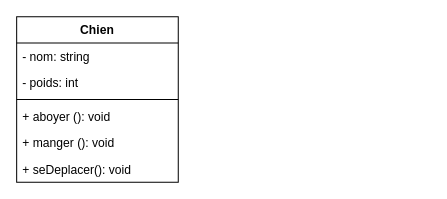
This is NotesCours/ClassesAbstraites/schema.drawio from choquitofrito/Int3-WAD-POO, a draw.io file, before an edit. Source tidied: cells renumbered, new cells numbered last; positions are measured from the earlier drawing's top-left corner, leaving out a move shared by most shapes. Both pictures are drawn from the tidied source at 101%, with x=0, y=0 at pixel (16, 16).
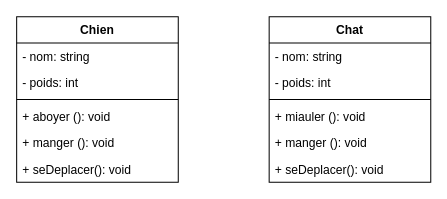
The same diagram, later.

The edit, as a diff of the source:
```diff
@@
 <mxGraphModel>
   <root>
     <mxCell id="0" />
     <mxCell id="1" parent="0" />
     <mxCell id="2" value="Chien" style="swimlane;fontStyle=1;align=center;verticalAlign=top;horizontal=1;startSize=26;" parent="1" vertex="1">
       <mxGeometry width="160" height="164" as="geometry" />
     </mxCell>
     <mxCell id="3" value="- nom: string " style="text;strokeColor=none;fillColor=none;align=left;verticalAlign=top;spacingLeft=4;spacingRight=4;overflow=hidden;" parent="2" vertex="1">
       <mxGeometry y="26" width="160" height="26" as="geometry" />
     </mxCell>
     <mxCell id="4" value="- poids: int" style="text;strokeColor=none;fillColor=none;align=left;verticalAlign=top;spacingLeft=4;spacingRight=4;overflow=hidden;" parent="2" vertex="1">
       <mxGeometry y="52" width="160" height="26" as="geometry" />
     </mxCell>
     <mxCell id="5" style="line;strokeWidth=1;fillColor=none;align=left;verticalAlign=middle;spacingTop=-1;spacingLeft=3;spacingRight=3;labelPosition=right;" parent="2" vertex="1">
       <mxGeometry y="78" width="160" height="8" as="geometry" />
     </mxCell>
     <mxCell id="6" value="+ aboyer (): void" style="text;strokeColor=none;fillColor=none;align=left;verticalAlign=top;spacingLeft=4;spacingRight=4;overflow=hidden;" parent="2" vertex="1">
       <mxGeometry y="86" width="160" height="26" as="geometry" />
     </mxCell>
     <mxCell id="7" value="+ manger (): void" style="text;strokeColor=none;fillColor=none;align=left;verticalAlign=top;spacingLeft=4;spacingRight=4;overflow=hidden;" parent="2" vertex="1">
       <mxGeometry y="112" width="160" height="26" as="geometry" />
     </mxCell>
     <mxCell id="8" value="+ seDeplacer(): void" style="text;strokeColor=none;fillColor=none;align=left;verticalAlign=top;spacingLeft=4;spacingRight=4;overflow=hidden;" parent="2" vertex="1">
       <mxGeometry y="138" width="160" height="26" as="geometry" />
     </mxCell>
+    <mxCell id="9" value="Chat" style="swimlane;fontStyle=1;align=center;verticalAlign=top;horizontal=1;startSize=26;" parent="1" vertex="1">
+      <mxGeometry x="250" width="160" height="164" as="geometry" />
+    </mxCell>
+    <mxCell id="10" value="- nom: string " style="text;strokeColor=none;fillColor=none;align=left;verticalAlign=top;spacingLeft=4;spacingRight=4;overflow=hidden;" parent="9" vertex="1">
+      <mxGeometry y="26" width="160" height="26" as="geometry" />
+    </mxCell>
+    <mxCell id="11" value="- poids: int" style="text;strokeColor=none;fillColor=none;align=left;verticalAlign=top;spacingLeft=4;spacingRight=4;overflow=hidden;" parent="9" vertex="1">
+      <mxGeometry y="52" width="160" height="26" as="geometry" />
+    </mxCell>
+    <mxCell id="12" style="line;strokeWidth=1;fillColor=none;align=left;verticalAlign=middle;spacingTop=-1;spacingLeft=3;spacingRight=3;labelPosition=right;" parent="9" vertex="1">
+      <mxGeometry y="78" width="160" height="8" as="geometry" />
+    </mxCell>
+    <mxCell id="13" value="+ miauler (): void" style="text;strokeColor=none;fillColor=none;align=left;verticalAlign=top;spacingLeft=4;spacingRight=4;overflow=hidden;" parent="9" vertex="1">
+      <mxGeometry y="86" width="160" height="26" as="geometry" />
+    </mxCell>
+    <mxCell id="14" value="+ manger (): void" style="text;strokeColor=none;fillColor=none;align=left;verticalAlign=top;spacingLeft=4;spacingRight=4;overflow=hidden;" parent="9" vertex="1">
+      <mxGeometry y="112" width="160" height="26" as="geometry" />
+    </mxCell>
+    <mxCell id="15" value="+ seDeplacer(): void" style="text;strokeColor=none;fillColor=none;align=left;verticalAlign=top;spacingLeft=4;spacingRight=4;overflow=hidden;" parent="9" vertex="1">
+      <mxGeometry y="138" width="160" height="26" as="geometry" />
+    </mxCell>
   </root>
 </mxGraphModel>
```
